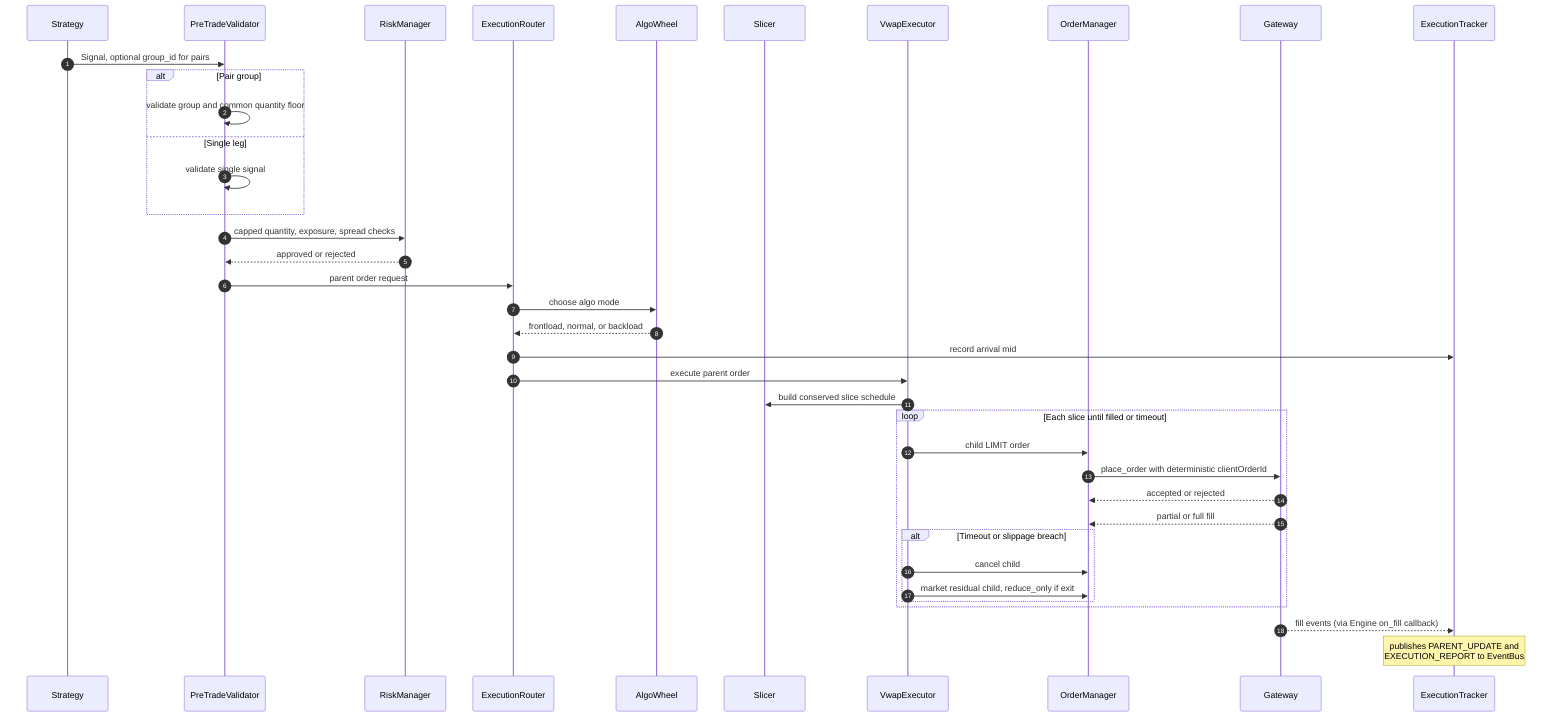
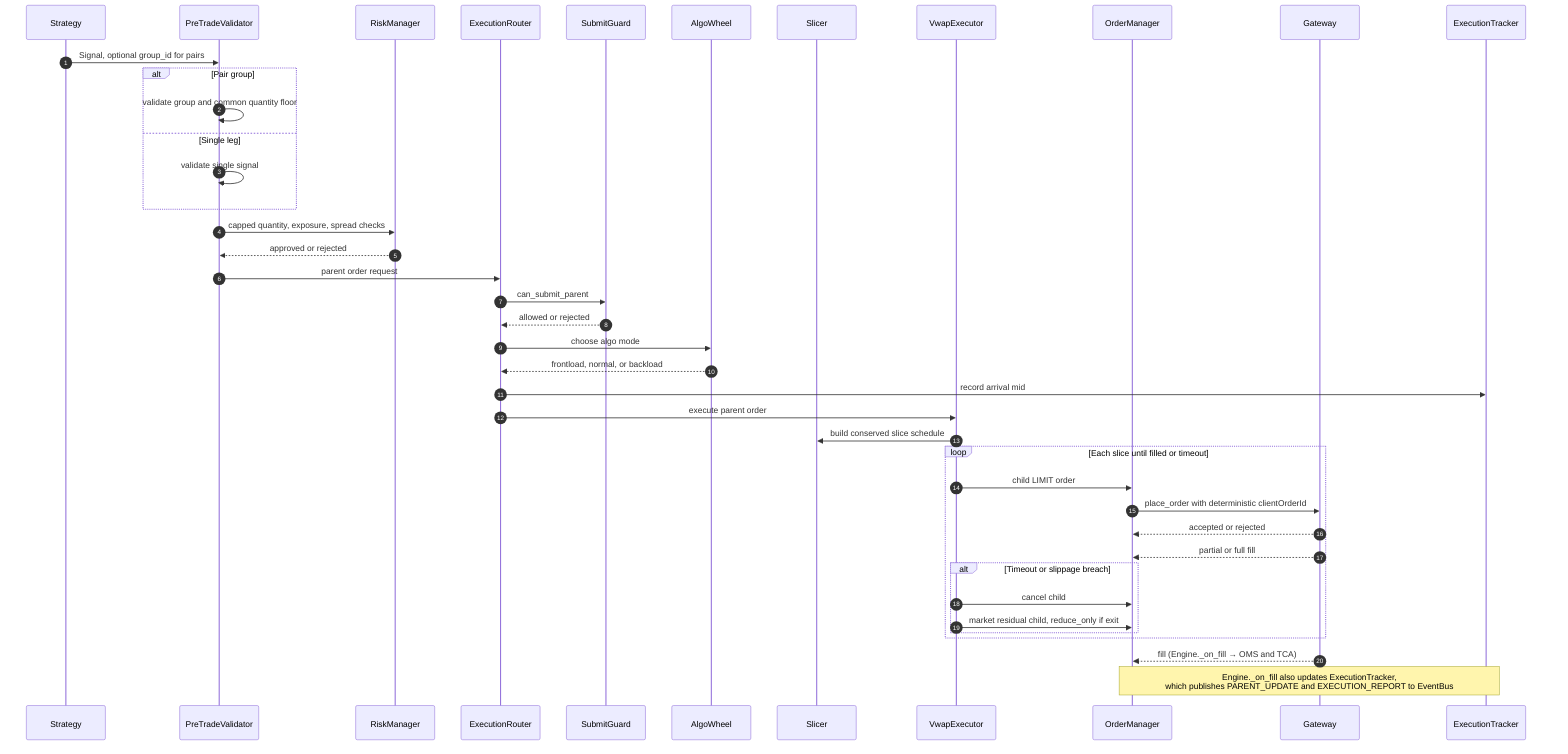
%% Parent-order execution - signal to venue fills
sequenceDiagram
    autonumber
    participant Strategy
    participant PreTrade as PreTradeValidator
    participant Risk as RiskManager
    participant Router as ExecutionRouter
+     participant SG as SubmitGuard
    participant Wheel as AlgoWheel
    participant Slicer
    participant VWAP as VwapExecutor
    participant OMS as OrderManager
    participant Gateway
    participant TCA as ExecutionTracker

    Strategy->>PreTrade: Signal, optional group_id for pairs
    alt Pair group
        PreTrade->>PreTrade: validate group and common quantity floor
    else Single leg
        PreTrade->>PreTrade: validate single signal
    end

    PreTrade->>Risk: capped quantity, exposure, spread checks
    Risk-->>PreTrade: approved or rejected
    PreTrade->>Router: parent order request
+     Router->>SG: can_submit_parent
+     SG-->>Router: allowed or rejected
    Router->>Wheel: choose algo mode
    Wheel-->>Router: frontload, normal, or backload
    Router->>TCA: record arrival mid
    Router->>VWAP: execute parent order
    VWAP->>Slicer: build conserved slice schedule

    loop Each slice until filled or timeout
        VWAP->>OMS: child LIMIT order
        OMS->>Gateway: place_order with deterministic clientOrderId
        Gateway-->>OMS: accepted or rejected
        Gateway-->>OMS: partial or full fill
        alt Timeout or slippage breach
            VWAP->>OMS: cancel child
            VWAP->>OMS: market residual child, reduce_only if exit
        end
    end

-     Gateway-->>TCA: fill events (via Engine on_fill callback)
-     Note over TCA: publishes PARENT_UPDATE and<br/>EXECUTION_REPORT to EventBus
+     Gateway-->>OMS: fill (Engine._on_fill → OMS and TCA)
+     Note over OMS,TCA: Engine._on_fill also updates ExecutionTracker,<br/>which publishes PARENT_UPDATE and EXECUTION_REPORT to EventBus
